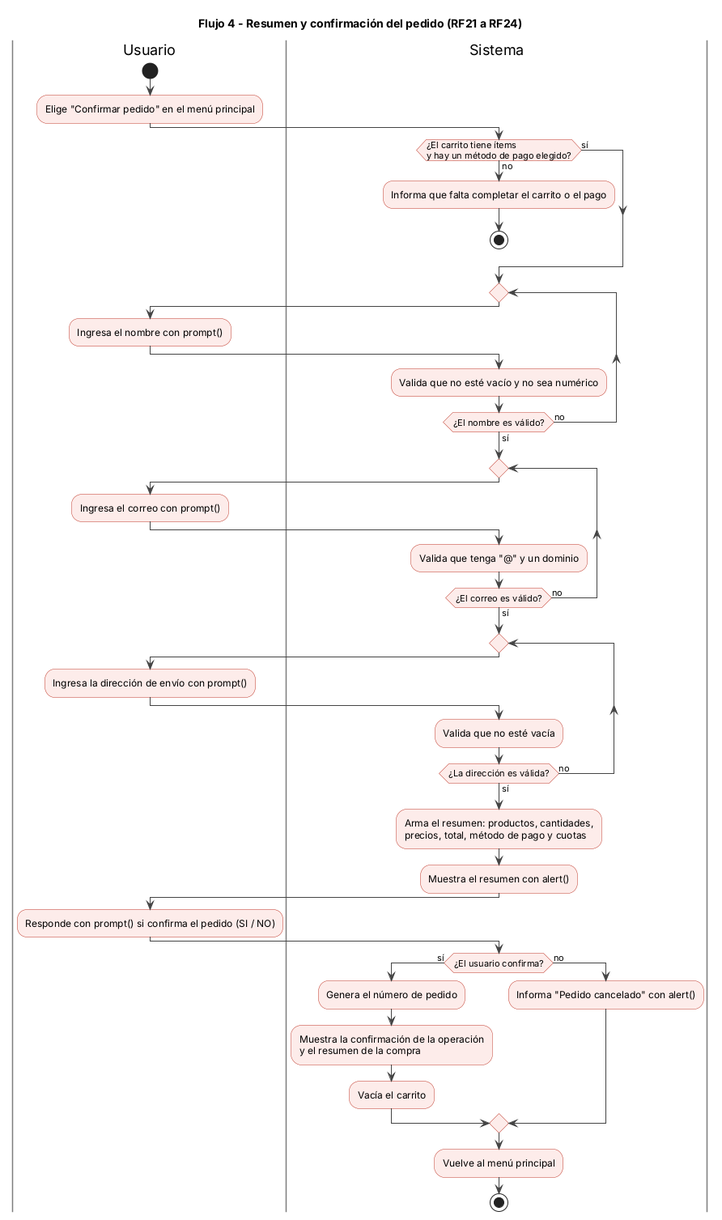
This is docs/05-diagramas/01-diagrama-de-actividades/actividad-flujo-4-confirmacion-pedido.png from angelgc9107-lgtm/ProyectoFerreteria_GRP05, a PlantUML export, as it was before one commit. The source it was exported from:
```plantuml
@startuml actividad-flujo-4-confirmacion-pedido
title Flujo 4 - Resumen y confirmación del pedido (RF21 a RF24)
skinparam defaultFontName Arial
skinparam ArrowColor #444444
skinparam ActivityBackgroundColor #FDECEA
skinparam ActivityBorderColor #C0392B
skinparam SwimlaneBorderColor #7D7D7D

|Usuario|
start
:Elige "Confirmar pedido" en el menú principal;

|Sistema|
if (¿El carrito tiene ítems\ny hay un método de pago elegido?) then (no)
  :Informa que falta completar el carrito o el pago;
  stop
else (sí)
endif

repeat
  |Usuario|
  :Ingresa el nombre con prompt();
  |Sistema|
  :Valida que no esté vacío y no sea numérico;
repeat while (¿El nombre es válido?) is (no) not (sí)

repeat
  |Usuario|
  :Ingresa el correo con prompt();
  |Sistema|
  :Valida que tenga "@" y un dominio;
repeat while (¿El correo es válido?) is (no) not (sí)

repeat
  |Usuario|
  :Ingresa la dirección de envío con prompt();
  |Sistema|
  :Valida que no esté vacía;
repeat while (¿La dirección es válida?) is (no) not (sí)

|Sistema|
:Arma el resumen: productos, cantidades,\nprecios, total, método de pago y cuotas;
:Muestra el resumen con alert();

|Usuario|
:Responde con prompt() si confirma el pedido (SI / NO);

|Sistema|
if (¿El usuario confirma?) then (sí)
  :Genera el número de pedido;
  :Muestra la confirmación de la operación\ny el resumen de la compra;
  :Vacía el carrito;
else (no)
  :Informa "Pedido cancelado" con alert();
endif

:Vuelve al menú principal;
stop
@enduml
```
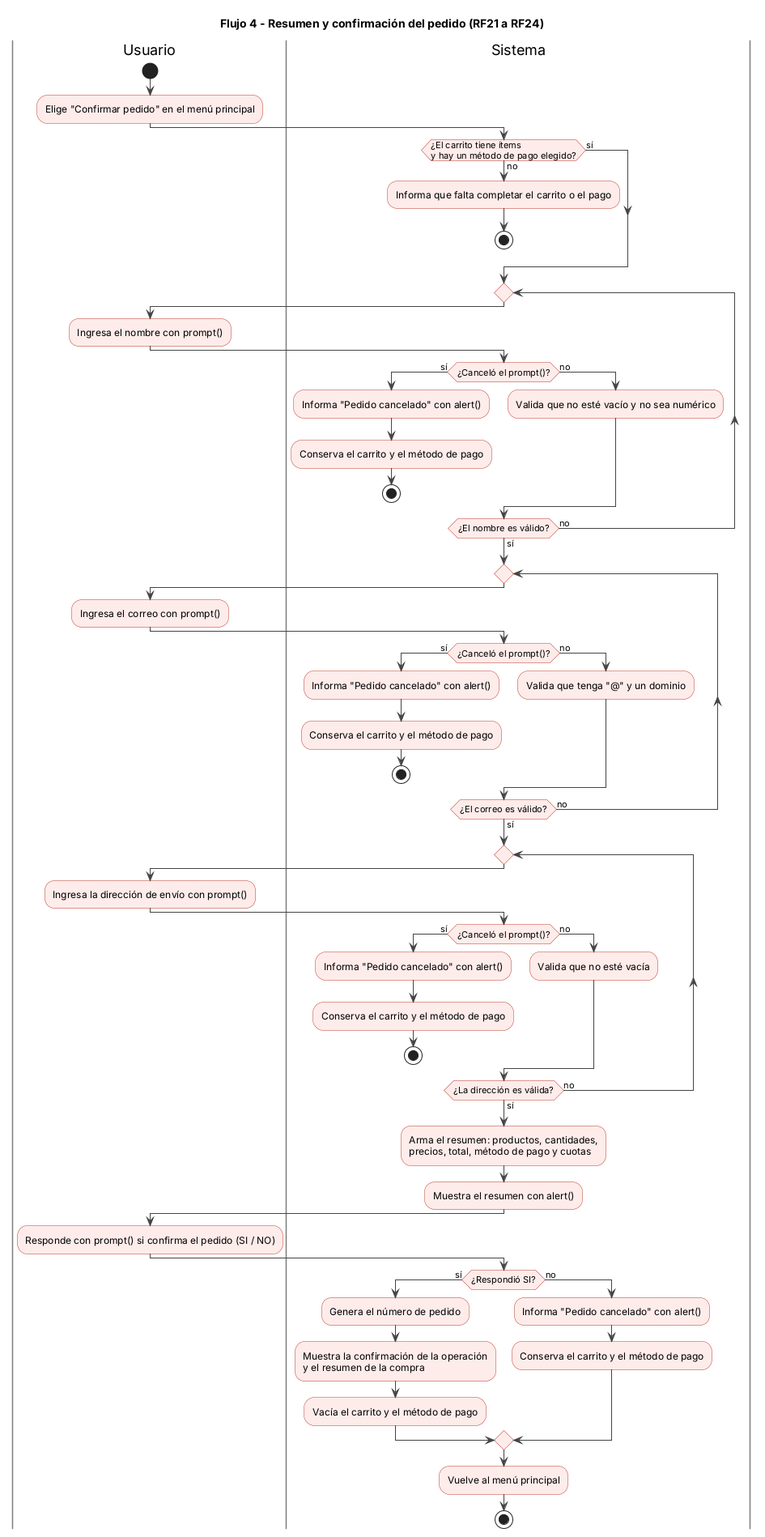
The same diagram one commit later.

Change to the diagram source:
```diff
@@ -21,21 +21,39 @@
   |Usuario|
   :Ingresa el nombre con prompt();
   |Sistema|
-  :Valida que no esté vacío y no sea numérico;
+  if (¿Canceló el prompt()?) then (sí)
+    :Informa "Pedido cancelado" con alert();
+    :Conserva el carrito y el método de pago;
+    stop
+  else (no)
+    :Valida que no esté vacío y no sea numérico;
+  endif
 repeat while (¿El nombre es válido?) is (no) not (sí)
 
 repeat
   |Usuario|
   :Ingresa el correo con prompt();
   |Sistema|
-  :Valida que tenga "@" y un dominio;
+  if (¿Canceló el prompt()?) then (sí)
+    :Informa "Pedido cancelado" con alert();
+    :Conserva el carrito y el método de pago;
+    stop
+  else (no)
+    :Valida que tenga "@" y un dominio;
+  endif
 repeat while (¿El correo es válido?) is (no) not (sí)
 
 repeat
   |Usuario|
   :Ingresa la dirección de envío con prompt();
   |Sistema|
-  :Valida que no esté vacía;
+  if (¿Canceló el prompt()?) then (sí)
+    :Informa "Pedido cancelado" con alert();
+    :Conserva el carrito y el método de pago;
+    stop
+  else (no)
+    :Valida que no esté vacía;
+  endif
 repeat while (¿La dirección es válida?) is (no) not (sí)
 
 |Sistema|
@@ -46,12 +64,13 @@
 :Responde con prompt() si confirma el pedido (SI / NO);
 
 |Sistema|
-if (¿El usuario confirma?) then (sí)
+if (¿Respondió SI?) then (sí)
   :Genera el número de pedido;
   :Muestra la confirmación de la operación\ny el resumen de la compra;
-  :Vacía el carrito;
+  :Vacía el carrito y el método de pago;
 else (no)
   :Informa "Pedido cancelado" con alert();
+  :Conserva el carrito y el método de pago;
 endif
 
 :Vuelve al menú principal;
```
